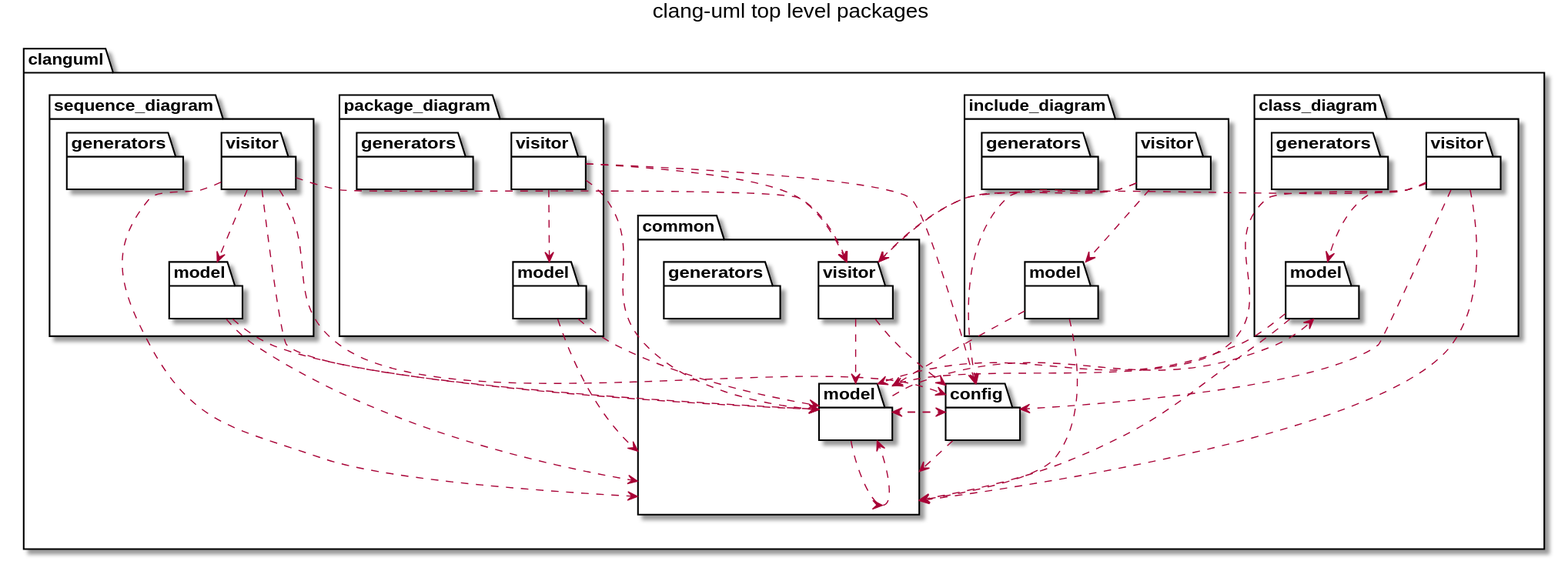
This is architecture_package.svg from clang-uml/clang-uml.github.io, a PlantUML export, as it was before one commit.
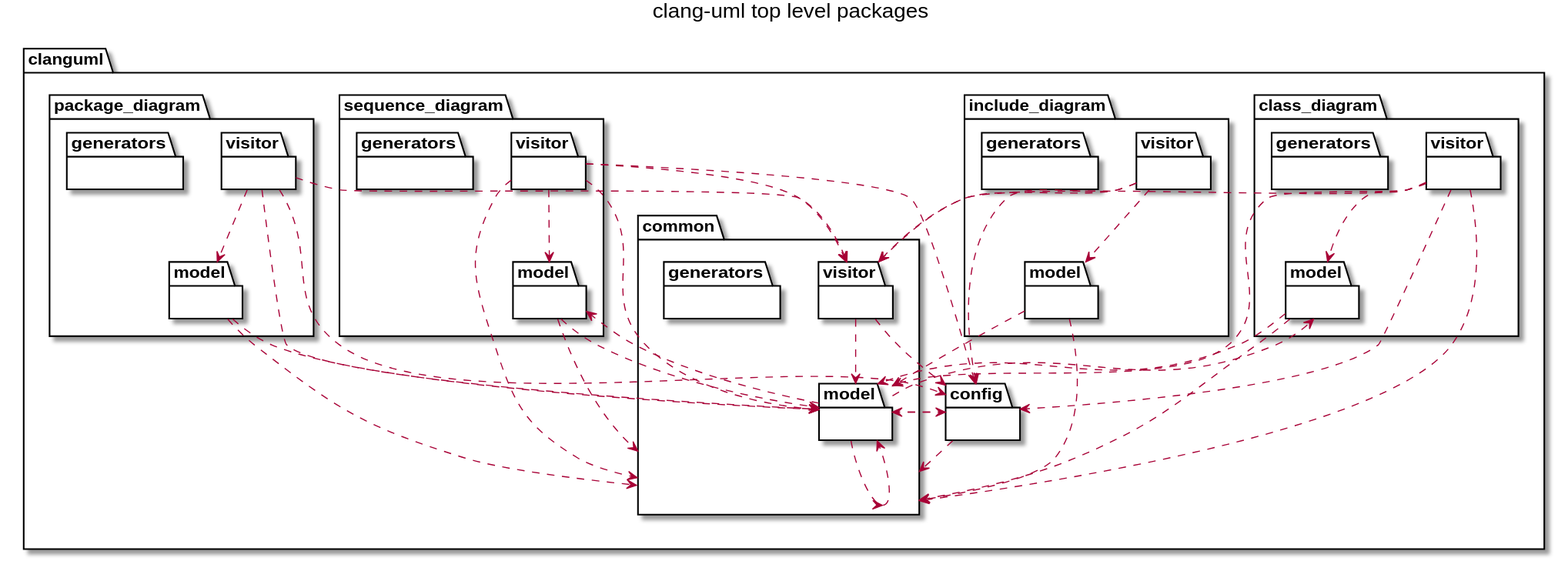
After the change.

Diff of the diagram source:
```diff
@@ -27,6 +27,14 @@
 package [generators] as C_0001148912745423261924 [[namespaceclanguml_1_1include__diagram_1_1generators.html{generators}]] {
 }
 }
+package [sequence_diagram] as C_0001521862840957629236 [[namespaceclanguml_1_1sequence__diagram.html{sequence_diagram}]] {
+package [model] as C_0002206969880830639264 [[namespaceclanguml_1_1sequence__diagram_1_1model.html{model}]] {
+}
+package [visitor] as C_0000351520758190157237 [[namespaceclanguml_1_1sequence__diagram_1_1visitor.html{visitor}]] {
+}
+package [generators] as C_0001816110126439728844 [[namespaceclanguml_1_1sequence__diagram_1_1generators.html{generators}]] {
+}
+}
 package [package_diagram] as C_0001176715616702819073 [[namespaceclanguml_1_1package__diagram.html{package_diagram}]] {
 package [model] as C_0001569810617781744082 [[namespaceclanguml_1_1package__diagram_1_1model.html{model}]] {
 }
@@ -35,18 +43,11 @@
 package [generators] as C_0000377372199728063954 [[namespaceclanguml_1_1package__diagram_1_1generators.html{generators}]] {
 }
 }
-package [sequence_diagram] as C_0001521862840957629236 [[namespaceclanguml_1_1sequence__diagram.html{sequence_diagram}]] {
-package [model] as C_0002206969880830639264 [[namespaceclanguml_1_1sequence__diagram_1_1model.html{model}]] {
-}
-package [visitor] as C_0000351520758190157237 [[namespaceclanguml_1_1sequence__diagram_1_1visitor.html{visitor}]] {
-}
-package [generators] as C_0001816110126439728844 [[namespaceclanguml_1_1sequence__diagram_1_1generators.html{generators}]] {
-}
-}
 }
 C_0000316605034920222648 ..> C_0000083721806430512831
 C_0000083721806430512831 ..> C_0000316605034920222648
 C_0000083721806430512831 ..> C_0000897124234964432620
+C_0000083721806430512831 ..> C_0002206969880830639264
 C_0000083721806430512831 ..> C_0000111389493058790497
 C_0002059309769421024048 ..> C_0000111389493058790497
 C_0002059309769421024048 ..> C_0000083721806430512831
@@ -64,12 +65,6 @@
 C_0000299757823634161563 ..> C_0000545328881104248214
 C_0000299757823634161563 ..> C_0000111389493058790497
 C_0000299757823634161563 ..> C_0002059309769421024048
-C_0001569810617781744082 ..> C_0000316605034920222648
-C_0001569810617781744082 ..> C_0000083721806430512831
-C_0000183895282854293183 ..> C_0001569810617781744082
-C_0000183895282854293183 ..> C_0000111389493058790497
-C_0000183895282854293183 ..> C_0000083721806430512831
-C_0000183895282854293183 ..> C_0002059309769421024048
 C_0002206969880830639264 ..> C_0000083721806430512831
 C_0002206969880830639264 ..> C_0000316605034920222648
 C_0000351520758190157237 ..> C_0000316605034920222648
@@ -77,5 +72,11 @@
 C_0000351520758190157237 ..> C_0000111389493058790497
 C_0000351520758190157237 ..> C_0000083721806430512831
 C_0000351520758190157237 ..> C_0002059309769421024048
+C_0001569810617781744082 ..> C_0000316605034920222648
+C_0001569810617781744082 ..> C_0000083721806430512831
+C_0000183895282854293183 ..> C_0001569810617781744082
+C_0000183895282854293183 ..> C_0000111389493058790497
+C_0000183895282854293183 ..> C_0000083721806430512831
+C_0000183895282854293183 ..> C_0002059309769421024048
 
 @enduml
```
